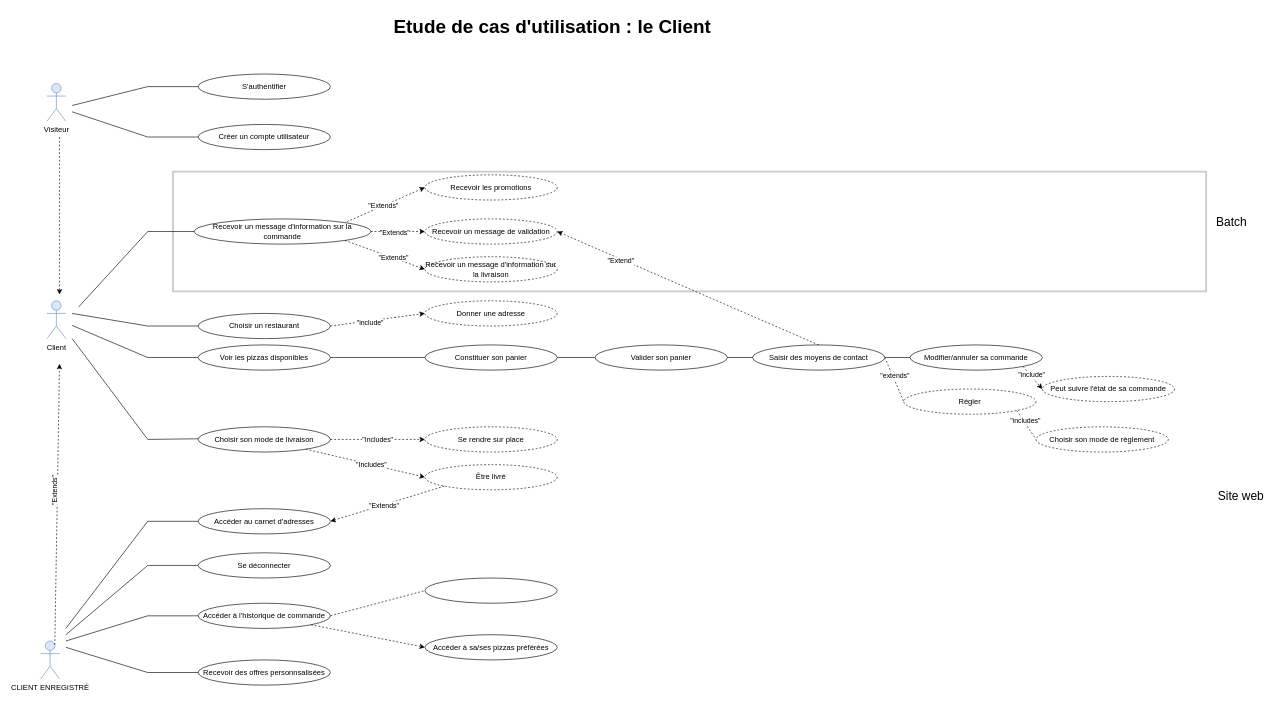
This is 1.drawio from OMorlotti/P4-analyser-les-besoin-de-mon-client-pour-son-groupe-de-pizzerias, a draw.io file, before an edit. Source tidied: cells renumbered, new cells numbered last; positions are measured from the earlier drawing's top-left corner, leaving out a move shared by most shapes. Both pictures are drawn from the tidied source at 63%, with x=0, y=0 at pixel (40, 11).
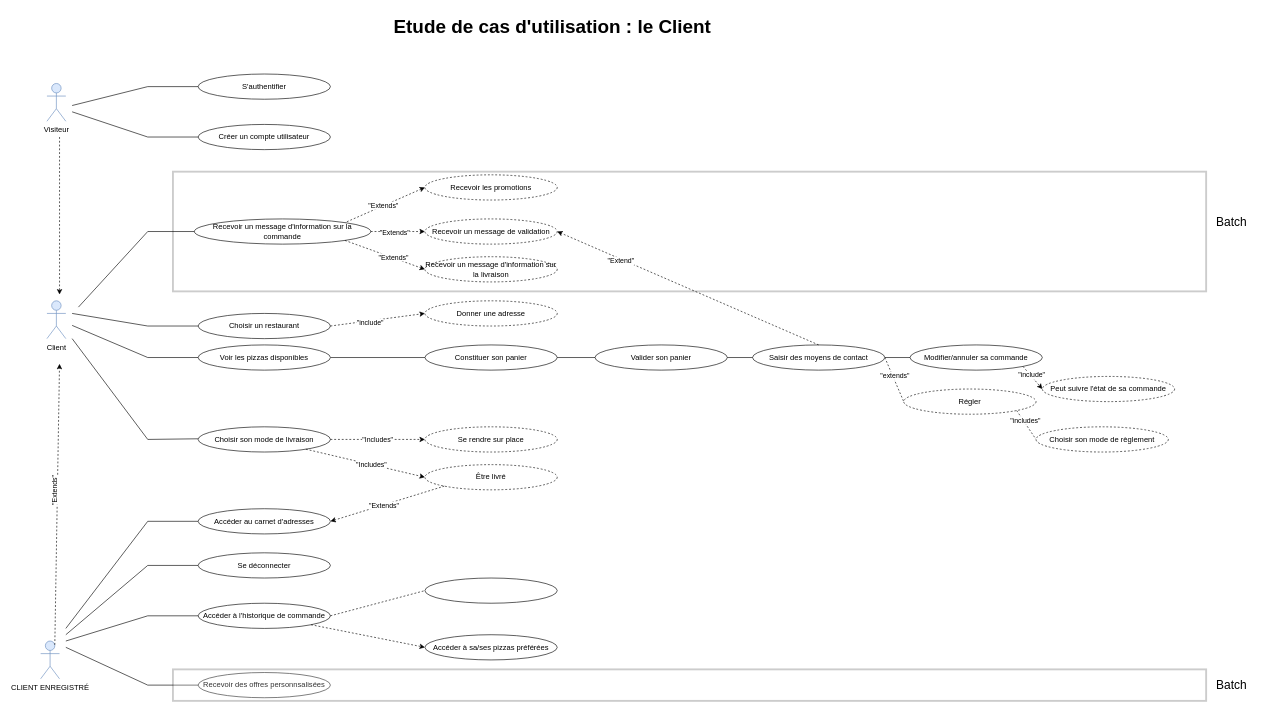
The same diagram, later.

Diff of the diagram source:
```diff
@@
-    <mxCell id="10" value="&lt;font style=&quot;font-size: 19px&quot;&gt;Site web&lt;/font&gt;" style="text;html=1;align=center;verticalAlign=middle;" parent="1" vertex="1">
-      <mxGeometry x="1860" y="760" width="90" height="20" as="geometry" />
-    </mxCell>
@@
     <mxCell id="80" value="Recevoir des offres personnsalisées" style="ellipse;whiteSpace=wrap;html=1;" parent="1" vertex="1">
-      <mxGeometry x="250" y="1030" width="210" height="40" as="geometry" />
+      <mxGeometry x="250" y="1050" width="210" height="40" as="geometry" />
     </mxCell>
     <mxCell id="81" style="endArrow=none;html=1;" parent="1" edge="1">
       <mxGeometry relative="1" as="geometry">
-        <mxPoint x="170" y="1050" as="sourcePoint" />
+        <mxPoint x="170" y="1070" as="sourcePoint" />
         <mxPoint x="40" y="1010" as="targetPoint" />
       </mxGeometry>
     </mxCell>
     <mxCell id="82" style="endArrow=none;html=1;entryX=0;entryY=0.5;entryDx=0;entryDy=0;" parent="1" edge="1" target="80">
       <mxGeometry relative="1" as="geometry">
-        <mxPoint x="170" y="1050" as="sourcePoint" />
+        <mxPoint x="170" y="1070" as="sourcePoint" />
       </mxGeometry>
     </mxCell>
@@
+    <mxCell id="84" style="rounded=0;whiteSpace=wrap;html=1;opacity=20;strokeWidth=3;perimeterSpacing=0;" parent="1" vertex="1">
+      <mxGeometry x="210" y="1045" width="1640" height="50" as="geometry" />
+    </mxCell>
+    <mxCell id="85" value="&lt;font style=&quot;font-size: 19px&quot;&gt;Batch&lt;/font&gt;" style="text;html=1;align=center;verticalAlign=middle;" parent="1" vertex="1">
+      <mxGeometry x="1860" y="1060" width="60" height="20" as="geometry" />
+    </mxCell>
```
